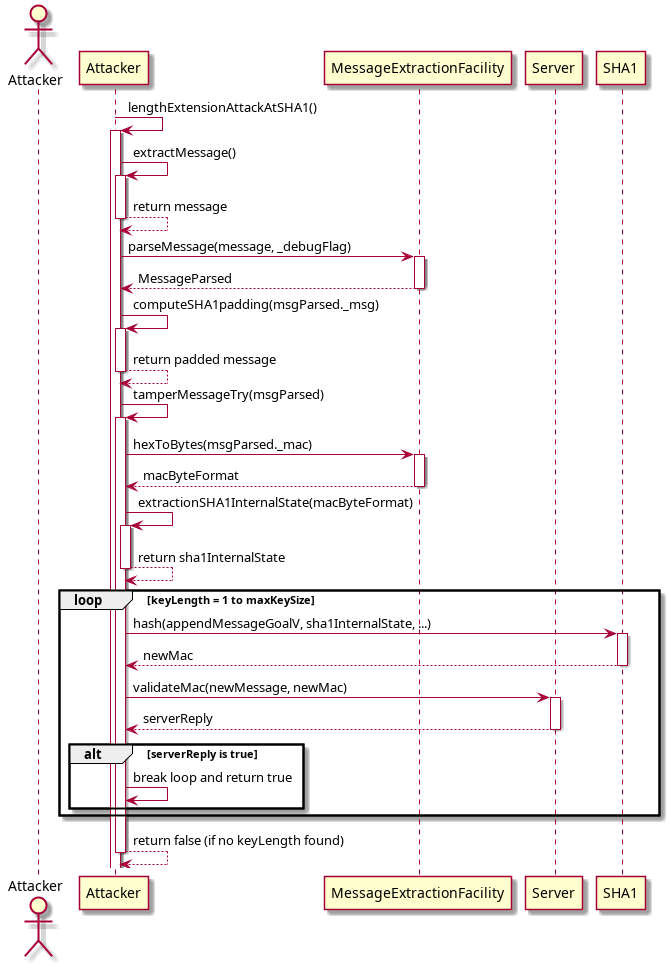
The PlantUML diagram Cryptopals_resolutions/4-Set_4/cryptopals_set_4_problem_29/uml_diagrams/sequence_diagram.png in Photon-einstein/Cryptopals, before a commit. Its source is kept beside it as Cryptopals_resolutions/4-Set_4/cryptopals_set_4_problem_29/uml_diagrams/sequence_diagram.puml. The source it was exported from:
```plantuml
@startuml

actor Attacker

participant "Attacker" as A
participant "MessageExtractionFacility" as MEF
participant "Server" as S
participant "SHA1" as SHA

A -> A : lengthExtensionAttackAtSHA1()
activate A

A -> A : extractMessage()
activate A
A --> A : return message
deactivate A

A -> MEF : parseMessage(message, _debugFlag)
activate MEF
MEF --> A : MessageParsed
deactivate MEF

A -> A : computeSHA1padding(msgParsed._msg)
activate A
A --> A : return padded message
deactivate A

A -> A : tamperMessageTry(msgParsed)
activate A

A -> MEF : hexToBytes(msgParsed._mac)
activate MEF
MEF --> A : macByteFormat
deactivate MEF

A -> A : extractionSHA1InternalState(macByteFormat)
activate A
A --> A : return sha1InternalState
deactivate A

loop keyLength = 1 to maxKeySize
    A -> SHA : hash(appendMessageGoalV, sha1InternalState, ...)
    activate SHA
    SHA --> A : newMac
    deactivate SHA

    A -> S : validateMac(newMessage, newMac)
    activate S
    S --> A : serverReply
    deactivate S

    alt serverReply is true
        A -> A : break loop and return true
    end
end

A --> A : return false (if no keyLength found)
deactivate A

@enduml
```
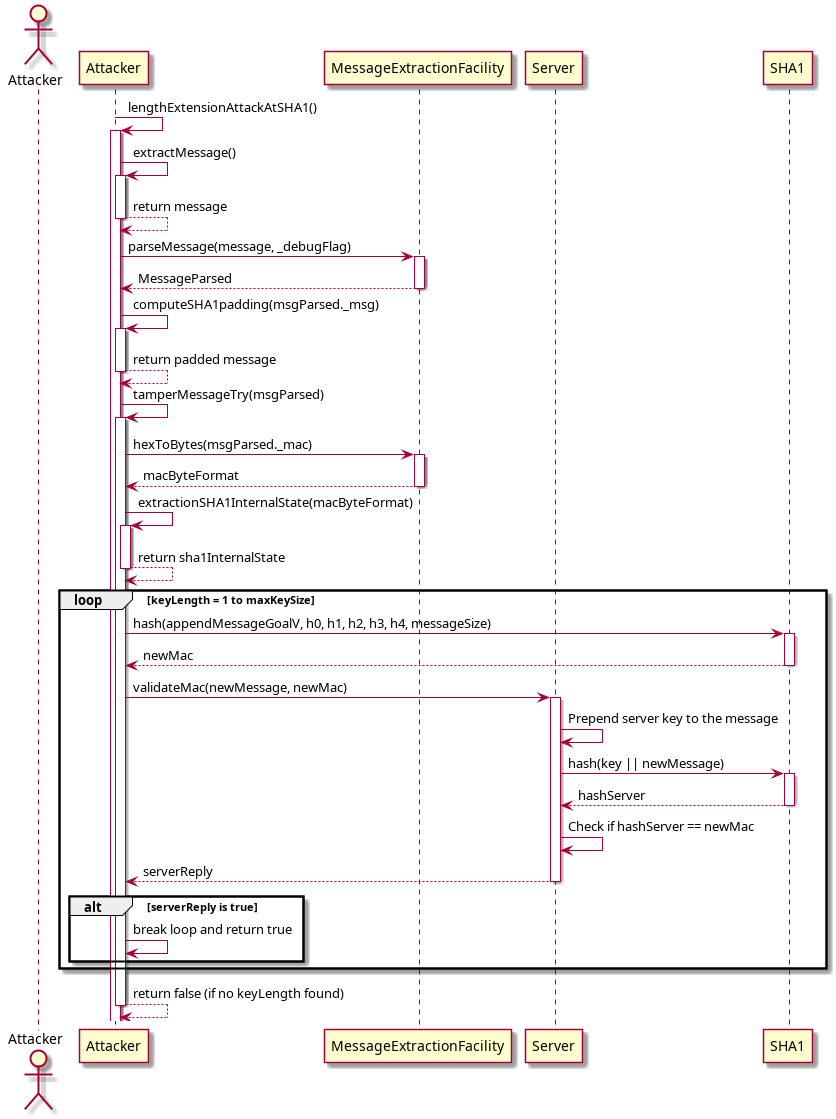
After the change.

Commit message:
Fine tune sequence_diagram

The edit, as a diff of the source:
```diff
@@ -5,7 +5,7 @@
 participant "Attacker" as A
 participant "MessageExtractionFacility" as MEF
 participant "Server" as S
-participant "SHA1" as SHA
+participant "SHA1" as SHA1
 
 A -> A : lengthExtensionAttackAtSHA1()
 activate A
@@ -39,13 +39,19 @@
 deactivate A
 
 loop keyLength = 1 to maxKeySize
-    A -> SHA : hash(appendMessageGoalV, sha1InternalState, ...)
-    activate SHA
-    SHA --> A : newMac
-    deactivate SHA
+    A -> SHA1 : hash(appendMessageGoalV, h0, h1, h2, h3, h4, messageSize)
+    activate SHA1
+    SHA1 --> A : newMac
+    deactivate SHA1
 
     A -> S : validateMac(newMessage, newMac)
     activate S
+    S -> S: Prepend server key to the message
+    S -> SHA1: hash(key || newMessage)
+    activate SHA1
+    SHA1 --> S: hashServer
+    deactivate SHA1
+    S -> S: Check if hashServer == newMac
     S --> A : serverReply
     deactivate S
 
```
